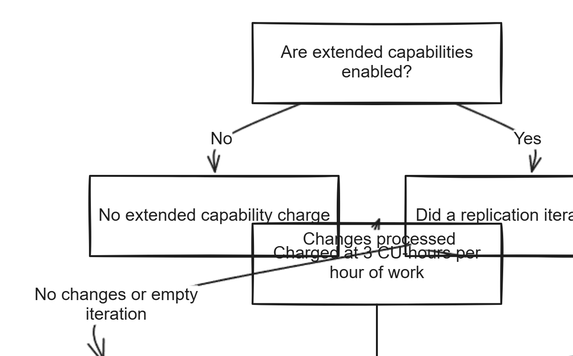
This is docs/assets/diagrams/chapter-09/diagram-03.excalidraw.png from MarkPryceMaherMSFT/Mirroring-Book, a Excalidraw export, as it was before one commit. Source tidied: one line per element, renumbered; positions are measured from the earlier drawing's top-left corner, leaving out a move shared by most shapes. Source of this version:
```json
{"id": 0, "type": "rectangle", "strokeColor": "#1e1e1e", "strokeWidth": 2, "roughness": 1, "x": 240, "y": 0, "width": 260, "height": 84}
{"id": 1, "type": "rectangle", "strokeColor": "#1e1e1e", "strokeWidth": 2, "roughness": 1, "x": 70, "y": 160, "width": 260, "height": 84}
{"id": 2, "type": "rectangle", "strokeColor": "#1e1e1e", "strokeWidth": 2, "roughness": 1, "x": 400, "y": 160, "width": 260, "height": 84}
{"id": 3, "type": "rectangle", "strokeColor": "#1e1e1e", "strokeWidth": 2, "roughness": 1, "x": 0, "y": 360, "width": 158, "height": 57}
{"id": 4, "type": "rectangle", "strokeColor": "#1e1e1e", "strokeWidth": 2, "roughness": 1, "x": 240, "y": 210, "width": 260, "height": 84}
{"id": 5, "type": "rectangle", "strokeColor": "#1e1e1e", "strokeWidth": 2, "roughness": 1, "x": 560, "y": 350, "width": 260, "height": 84}
{"id": 6, "type": "rectangle", "strokeColor": "#1e1e1e", "strokeWidth": 2, "roughness": 1, "x": 890, "y": 350, "width": 260, "height": 84}
{"id": 7, "type": "rectangle", "strokeColor": "#1e1e1e", "strokeWidth": 2, "roughness": 1, "x": 240, "y": 430, "width": 260, "height": 84}
{"id": 8, "type": "rectangle", "strokeColor": "#1e1e1e", "strokeWidth": 2, "roughness": 1, "x": 250, "y": 640, "width": 229, "height": 57}
{"id": 9, "type": "arrow", "strokeColor": "#1e1e1e", "strokeWidth": 2, "roughness": 0, "endArrowhead": "arrow", "round": true, "from": 0, "to": 1, "x": 289, "y": 84, "width": 89, "height": 71, "points": [[0, 0], [-82, 38], [-89, 71]]}
{"id": 10, "type": "arrow", "strokeColor": "#1e1e1e", "strokeWidth": 2, "roughness": 0, "endArrowhead": "arrow", "round": true, "from": 0, "to": 2, "x": 451, "y": 84, "width": 79, "height": 71, "points": [[0, 0], [77, 38], [79, 71]]}
{"id": 11, "type": "arrow", "strokeColor": "#1e1e1e", "strokeWidth": 2, "roughness": 0, "endArrowhead": "arrow", "round": true, "from": 2, "to": 3, "x": 400, "y": 232, "width": 321, "height": 123, "points": [[0, 0], [-302, 63], [-321, 123]]}
{"id": 12, "type": "arrow", "strokeColor": "#1e1e1e", "strokeWidth": 2, "roughness": 0, "endArrowhead": "arrow", "round": true, "from": 2, "to": 4, "x": 461, "y": 244, "width": 91, "height": 39, "points": [[0, 0], [-88, -18], [-91, -39]]}
{"id": 13, "type": "arrow", "strokeColor": "#1e1e1e", "strokeWidth": 2, "roughness": 0, "endArrowhead": "arrow", "round": true, "from": 2, "to": 5, "x": 599, "y": 244, "width": 91, "height": 101, "points": [[0, 0], [88, 52], [91, 101]]}
{"id": 14, "type": "arrow", "strokeColor": "#1e1e1e", "strokeWidth": 2, "roughness": 0, "endArrowhead": "arrow", "round": true, "from": 2, "to": 6, "x": 660, "y": 229, "width": 360, "height": 117, "points": [[0, 0], [348, 68], [360, 117]]}
{"id": 15, "type": "arrow", "strokeColor": "#1e1e1e", "strokeWidth": 2, "roughness": 0, "endArrowhead": "arrow", "round": true, "from": 4, "to": 7, "x": 370, "y": 294, "width": 0, "height": 131, "points": [[0, 0], [0, 68], [0, 131]]}
{"id": 16, "type": "arrow", "strokeColor": "#1e1e1e", "strokeWidth": 2, "roughness": 0, "endArrowhead": "arrow", "round": true, "from": 7, "to": 8, "x": 370, "y": 514, "width": 5, "height": 121, "points": [[0, 0], [-3, 62], [-5, 121]]}
{"id": 17, "type": "text", "text": "Are extended capabilities\nenabled?", "strokeColor": "#1e1e1e", "strokeWidth": 2, "roughness": 1, "fontSize": 18, "fontFamily": 2, "textAlign": "center", "verticalAlign": "middle", "inside": 0, "x": 269, "y": 21, "width": 201, "height": 41}
{"id": 18, "type": "text", "text": "No extended capability charge", "strokeColor": "#1e1e1e", "strokeWidth": 2, "roughness": 1, "fontSize": 18, "fontFamily": 2, "textAlign": "center", "verticalAlign": "middle", "inside": 1, "x": 79, "y": 192, "width": 242, "height": 21}
{"id": 19, "type": "text", "text": "Did a replication iteration run?", "strokeColor": "#1e1e1e", "strokeWidth": 2, "roughness": 1, "fontSize": 18, "fontFamily": 2, "textAlign": "center", "verticalAlign": "middle", "inside": 2, "x": 410, "y": 192, "width": 239, "height": 21}
{"id": 20, "type": "text", "text": "Not charged", "strokeColor": "#1e1e1e", "strokeWidth": 2, "roughness": 1, "fontSize": 18, "fontFamily": 2, "textAlign": "center", "verticalAlign": "middle", "inside": 3, "x": 30, "y": 378, "width": 98, "height": 21}
{"id": 21, "type": "text", "text": "Charged at 3 CU-hours per\nhour of work", "strokeColor": "#1e1e1e", "strokeWidth": 2, "roughness": 1, "fontSize": 18, "fontFamily": 2, "textAlign": "center", "verticalAlign": "middle", "inside": 4, "x": 261, "y": 231, "width": 217, "height": 41}
{"id": 22, "type": "text", "text": "Not charged for that iteration", "strokeColor": "#1e1e1e", "strokeWidth": 2, "roughness": 1, "fontSize": 18, "fontFamily": 2, "textAlign": "center", "verticalAlign": "middle", "inside": 5, "x": 576, "y": 382, "width": 228, "height": 21}
{"id": 23, "type": "text", "text": "Charged for that iteration", "strokeColor": "#1e1e1e", "strokeWidth": 2, "roughness": 1, "fontSize": 18, "fontFamily": 2, "textAlign": "center", "verticalAlign": "middle", "inside": 6, "x": 920, "y": 382, "width": 199, "height": 21}
{"id": 24, "type": "text", "text": "Was it CDF only, Views only, or\nboth?", "strokeColor": "#1e1e1e", "strokeWidth": 2, "roughness": 1, "fontSize": 18, "fontFamily": 2, "textAlign": "center", "verticalAlign": "middle", "inside": 7, "x": 246, "y": 451, "width": 248, "height": 41}
{"id": 25, "type": "text", "text": "Single unified charge", "strokeColor": "#1e1e1e", "strokeWidth": 2, "roughness": 1, "fontSize": 18, "fontFamily": 2, "textAlign": "center", "verticalAlign": "middle", "inside": 8, "x": 281, "y": 658, "width": 168, "height": 21}
{"id": 26, "type": "text", "text": "No", "strokeColor": "#1e1e1e", "strokeWidth": 2, "roughness": 1, "fontSize": 18, "fontFamily": 2, "textAlign": "center", "verticalAlign": "middle", "inside": 9, "x": 200, "y": 110, "width": 23, "height": 21}
{"id": 27, "type": "text", "text": "Yes", "strokeColor": "#1e1e1e", "strokeWidth": 2, "roughness": 1, "fontSize": 18, "fontFamily": 2, "textAlign": "center", "verticalAlign": "middle", "inside": 10, "x": 507, "y": 110, "width": 29, "height": 21}
{"id": 28, "type": "text", "text": "No changes or empty\niteration", "strokeColor": "#1e1e1e", "strokeWidth": 2, "roughness": 1, "fontSize": 18, "fontFamily": 2, "textAlign": "center", "verticalAlign": "middle", "inside": 11, "x": 22, "y": 274, "width": 171, "height": 41}
{"id": 29, "type": "text", "text": "Changes processed", "strokeColor": "#1e1e1e", "strokeWidth": 2, "roughness": 1, "fontSize": 18, "fontFamily": 2, "textAlign": "center", "verticalAlign": "middle", "inside": 12, "x": 287, "y": 285, "width": 160, "height": 21}
{"id": 30, "type": "text", "text": "System error occurred", "strokeColor": "#1e1e1e", "strokeWidth": 2, "roughness": 1, "fontSize": 18, "fontFamily": 2, "textAlign": "center", "verticalAlign": "middle", "inside": 13, "x": 588, "y": 285, "width": 178, "height": 21}
{"id": 31, "type": "text", "text": "User error occurred", "strokeColor": "#1e1e1e", "strokeWidth": 2, "roughness": 1, "fontSize": 18, "fontFamily": 2, "textAlign": "center", "verticalAlign": "middle", "inside": 14, "x": 909, "y": 285, "width": 156, "height": 21}
{"id": 32, "type": "text", "text": "Either or both", "strokeColor": "#1e1e1e", "strokeWidth": 2, "roughness": 1, "fontSize": 18, "fontFamily": 2, "textAlign": "center", "verticalAlign": "middle", "inside": 16, "x": 313, "y": 593, "width": 108, "height": 21}
```
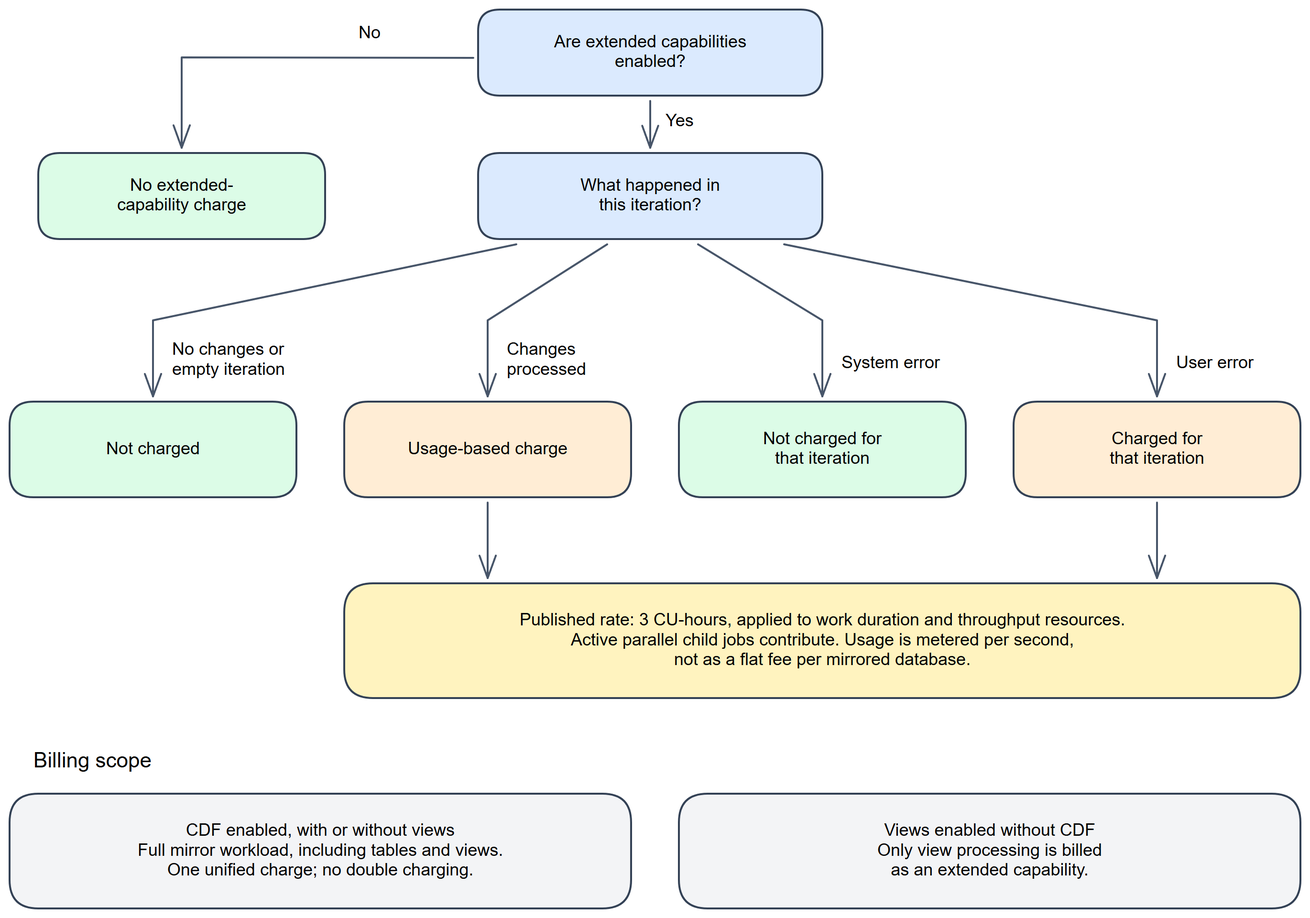
Above is the later version.

What changed in the source:
```diff
@@ -1,33 +1,35 @@
-{"id": 0, "type": "rectangle", "strokeColor": "#1e1e1e", "strokeWidth": 2, "roughness": 1, "x": 240, "y": 0, "width": 260, "height": 84}
-{"id": 1, "type": "rectangle", "strokeColor": "#1e1e1e", "strokeWidth": 2, "roughness": 1, "x": 70, "y": 160, "width": 260, "height": 84}
-{"id": 2, "type": "rectangle", "strokeColor": "#1e1e1e", "strokeWidth": 2, "roughness": 1, "x": 400, "y": 160, "width": 260, "height": 84}
-{"id": 3, "type": "rectangle", "strokeColor": "#1e1e1e", "strokeWidth": 2, "roughness": 1, "x": 0, "y": 360, "width": 158, "height": 57}
-{"id": 4, "type": "rectangle", "strokeColor": "#1e1e1e", "strokeWidth": 2, "roughness": 1, "x": 240, "y": 210, "width": 260, "height": 84}
-{"id": 5, "type": "rectangle", "strokeColor": "#1e1e1e", "strokeWidth": 2, "roughness": 1, "x": 560, "y": 350, "width": 260, "height": 84}
-{"id": 6, "type": "rectangle", "strokeColor": "#1e1e1e", "strokeWidth": 2, "roughness": 1, "x": 890, "y": 350, "width": 260, "height": 84}
-{"id": 7, "type": "rectangle", "strokeColor": "#1e1e1e", "strokeWidth": 2, "roughness": 1, "x": 240, "y": 430, "width": 260, "height": 84}
-{"id": 8, "type": "rectangle", "strokeColor": "#1e1e1e", "strokeWidth": 2, "roughness": 1, "x": 250, "y": 640, "width": 229, "height": 57}
-{"id": 9, "type": "arrow", "strokeColor": "#1e1e1e", "strokeWidth": 2, "roughness": 0, "endArrowhead": "arrow", "round": true, "from": 0, "to": 1, "x": 289, "y": 84, "width": 89, "height": 71, "points": [[0, 0], [-82, 38], [-89, 71]]}
-{"id": 10, "type": "arrow", "strokeColor": "#1e1e1e", "strokeWidth": 2, "roughness": 0, "endArrowhead": "arrow", "round": true, "from": 0, "to": 2, "x": 451, "y": 84, "width": 79, "height": 71, "points": [[0, 0], [77, 38], [79, 71]]}
-{"id": 11, "type": "arrow", "strokeColor": "#1e1e1e", "strokeWidth": 2, "roughness": 0, "endArrowhead": "arrow", "round": true, "from": 2, "to": 3, "x": 400, "y": 232, "width": 321, "height": 123, "points": [[0, 0], [-302, 63], [-321, 123]]}
-{"id": 12, "type": "arrow", "strokeColor": "#1e1e1e", "strokeWidth": 2, "roughness": 0, "endArrowhead": "arrow", "round": true, "from": 2, "to": 4, "x": 461, "y": 244, "width": 91, "height": 39, "points": [[0, 0], [-88, -18], [-91, -39]]}
-{"id": 13, "type": "arrow", "strokeColor": "#1e1e1e", "strokeWidth": 2, "roughness": 0, "endArrowhead": "arrow", "round": true, "from": 2, "to": 5, "x": 599, "y": 244, "width": 91, "height": 101, "points": [[0, 0], [88, 52], [91, 101]]}
-{"id": 14, "type": "arrow", "strokeColor": "#1e1e1e", "strokeWidth": 2, "roughness": 0, "endArrowhead": "arrow", "round": true, "from": 2, "to": 6, "x": 660, "y": 229, "width": 360, "height": 117, "points": [[0, 0], [348, 68], [360, 117]]}
-{"id": 15, "type": "arrow", "strokeColor": "#1e1e1e", "strokeWidth": 2, "roughness": 0, "endArrowhead": "arrow", "round": true, "from": 4, "to": 7, "x": 370, "y": 294, "width": 0, "height": 131, "points": [[0, 0], [0, 68], [0, 131]]}
-{"id": 16, "type": "arrow", "strokeColor": "#1e1e1e", "strokeWidth": 2, "roughness": 0, "endArrowhead": "arrow", "round": true, "from": 7, "to": 8, "x": 370, "y": 514, "width": 5, "height": 121, "points": [[0, 0], [-3, 62], [-5, 121]]}
+{"id": 33, "type": "rectangle", "strokeColor": "#334155", "backgroundColor": "#dbeafe", "fillStyle": "solid", "strokeWidth": 2, "roughness": 0, "round": true, "x": 490, "y": 10, "width": 360, "height": 90}
+{"id": 34, "type": "rectangle", "strokeColor": "#334155", "backgroundColor": "#dcfce7", "fillStyle": "solid", "strokeWidth": 2, "roughness": 0, "round": true, "x": 30, "y": 160, "width": 300, "height": 90}
+{"id": 35, "type": "rectangle", "strokeColor": "#334155", "backgroundColor": "#dbeafe", "fillStyle": "solid", "strokeWidth": 2, "roughness": 0, "round": true, "x": 490, "y": 160, "width": 360, "height": 90}
+{"id": 36, "type": "arrow", "strokeColor": "#475569", "strokeWidth": 2, "roughness": 0, "endArrowhead": "arrow", "x": 485, "y": 60, "width": 305, "height": 95, "points": [[0, 0], [-305, 0], [-305, 94]]}
+{"id": 26, "type": "text", "text": "No", "strokeColor": "#000000", "strokeWidth": 2, "roughness": 1, "fontSize": 18, "fontFamily": 2, "x": 365, "y": 25, "width": 23, "height": 21}
+{"id": 37, "type": "arrow", "strokeColor": "#475569", "strokeWidth": 2, "roughness": 0, "endArrowhead": "arrow", "x": 670, "y": 105, "width": 0, "height": 50, "points": [[0, 0], [0, 50]]}
+{"id": 27, "type": "text", "text": "Yes", "strokeColor": "#000000", "strokeWidth": 2, "roughness": 1, "fontSize": 18, "fontFamily": 2, "x": 686, "y": 117, "width": 29, "height": 21}
+{"id": 38, "type": "rectangle", "strokeColor": "#334155", "backgroundColor": "#dcfce7", "fillStyle": "solid", "strokeWidth": 2, "roughness": 0, "round": true, "x": 0, "y": 420, "width": 300, "height": 100}
+{"id": 39, "type": "rectangle", "strokeColor": "#334155", "backgroundColor": "#ffedd5", "fillStyle": "solid", "strokeWidth": 2, "roughness": 0, "round": true, "x": 350, "y": 420, "width": 300, "height": 100}
+{"id": 40, "type": "rectangle", "strokeColor": "#334155", "backgroundColor": "#dcfce7", "fillStyle": "solid", "strokeWidth": 2, "roughness": 0, "round": true, "x": 700, "y": 420, "width": 300, "height": 100}
+{"id": 41, "type": "rectangle", "strokeColor": "#334155", "backgroundColor": "#ffedd5", "fillStyle": "solid", "strokeWidth": 2, "roughness": 0, "round": true, "x": 1050, "y": 420, "width": 300, "height": 100}
+{"id": 42, "type": "arrow", "strokeColor": "#475569", "strokeWidth": 2, "roughness": 0, "endArrowhead": "arrow", "x": 530, "y": 255, "width": 380, "height": 160, "points": [[0, 0], [-380, 80], [-380, 160]]}
+{"id": 43, "type": "arrow", "strokeColor": "#475569", "strokeWidth": 2, "roughness": 0, "endArrowhead": "arrow", "x": 625, "y": 255, "width": 125, "height": 160, "points": [[0, 0], [-125, 80], [-125, 160]]}
+{"id": 44, "type": "arrow", "strokeColor": "#475569", "strokeWidth": 2, "roughness": 0, "endArrowhead": "arrow", "x": 720, "y": 255, "width": 130, "height": 160, "points": [[0, 0], [130, 80], [130, 160]]}
+{"id": 45, "type": "arrow", "strokeColor": "#475569", "strokeWidth": 2, "roughness": 0, "endArrowhead": "arrow", "x": 810, "y": 255, "width": 390, "height": 160, "points": [[0, 0], [390, 80], [390, 160]]}
+{"id": 28, "type": "text", "text": "No changes or\nempty iteration", "strokeColor": "#000000", "strokeWidth": 2, "roughness": 1, "fontSize": 18, "fontFamily": 2, "x": 170, "y": 356, "width": 118, "height": 41}
+{"id": 29, "type": "text", "text": "Changes\nprocessed", "strokeColor": "#000000", "strokeWidth": 2, "roughness": 1, "fontSize": 18, "fontFamily": 2, "x": 520, "y": 356, "width": 83, "height": 41}
+{"id": 46, "type": "text", "text": "System error", "strokeColor": "#000000", "strokeWidth": 2, "roughness": 1, "fontSize": 18, "fontFamily": 2, "x": 870, "y": 370, "width": 103, "height": 21}
+{"id": 47, "type": "text", "text": "User error", "strokeColor": "#000000", "strokeWidth": 2, "roughness": 1, "fontSize": 18, "fontFamily": 2, "x": 1220, "y": 370, "width": 81, "height": 21}
+{"id": 48, "type": "rectangle", "strokeColor": "#334155", "backgroundColor": "#fff3bf", "fillStyle": "solid", "strokeWidth": 2, "roughness": 0, "round": true, "x": 350, "y": 610, "width": 1000, "height": 120}
+{"id": 49, "type": "arrow", "strokeColor": "#475569", "strokeWidth": 2, "roughness": 0, "endArrowhead": "arrow", "x": 500, "y": 525, "width": 0, "height": 80, "points": [[0, 0], [0, 80]]}
+{"id": 50, "type": "arrow", "strokeColor": "#475569", "strokeWidth": 2, "roughness": 0, "endArrowhead": "arrow", "x": 1200, "y": 525, "width": 0, "height": 80, "points": [[0, 0], [0, 80]]}
+{"id": 51, "type": "text", "text": "Billing scope", "strokeColor": "#000000", "strokeWidth": 2, "roughness": 1, "fontSize": 22, "fontFamily": 2, "x": 25, "y": 784, "width": 124, "height": 25}
+{"id": 52, "type": "rectangle", "strokeColor": "#334155", "backgroundColor": "#f3f4f6", "fillStyle": "solid", "strokeWidth": 2, "roughness": 0, "round": true, "x": 0, "y": 830, "width": 650, "height": 120}
+{"id": 53, "type": "rectangle", "strokeColor": "#334155", "backgroundColor": "#f3f4f6", "fillStyle": "solid", "strokeWidth": 2, "roughness": 0, "round": true, "x": 700, "y": 830, "width": 650, "height": 120}
-{"id": 17, "type": "text", "text": "Are extended capabilities\nenabled?", "strokeColor": "#1e1e1e", "strokeWidth": 2, "roughness": 1, "fontSize": 18, "fontFamily": 2, "textAlign": "center", "verticalAlign": "middle", "inside": 0, "x": 269, "y": 21, "width": 201, "height": 41}
+{"id": 17, "type": "text", "text": "Are extended capabilities\nenabled?", "strokeColor": "#000000", "strokeWidth": 2, "roughness": 1, "fontSize": 18, "fontFamily": 2, "textAlign": "center", "verticalAlign": "middle", "inside": 33, "x": 569, "y": 34, "width": 201, "height": 41}
-{"id": 18, "type": "text", "text": "No extended capability charge", "strokeColor": "#1e1e1e", "strokeWidth": 2, "roughness": 1, "fontSize": 18, "fontFamily": 2, "textAlign": "center", "verticalAlign": "middle", "inside": 1, "x": 79, "y": 192, "width": 242, "height": 21}
-{"id": 19, "type": "text", "text": "Did a replication iteration run?", "strokeColor": "#1e1e1e", "strokeWidth": 2, "roughness": 1, "fontSize": 18, "fontFamily": 2, "textAlign": "center", "verticalAlign": "middle", "inside": 2, "x": 410, "y": 192, "width": 239, "height": 21}
+{"id": 54, "type": "text", "text": "No extended-\ncapability charge", "strokeColor": "#000000", "strokeWidth": 2, "roughness": 1, "fontSize": 18, "fontFamily": 2, "textAlign": "center", "verticalAlign": "middle", "inside": 34, "x": 112, "y": 184, "width": 135, "height": 41}
+{"id": 55, "type": "text", "text": "What happened in\nthis iteration?", "strokeColor": "#000000", "strokeWidth": 2, "roughness": 1, "fontSize": 18, "fontFamily": 2, "textAlign": "center", "verticalAlign": "middle", "inside": 35, "x": 597, "y": 184, "width": 146, "height": 41}
-{"id": 20, "type": "text", "text": "Not charged", "strokeColor": "#1e1e1e", "strokeWidth": 2, "roughness": 1, "fontSize": 18, "fontFamily": 2, "textAlign": "center", "verticalAlign": "middle", "inside": 3, "x": 30, "y": 378, "width": 98, "height": 21}
+{"id": 20, "type": "text", "text": "Not charged", "strokeColor": "#000000", "strokeWidth": 2, "roughness": 1, "fontSize": 18, "fontFamily": 2, "textAlign": "center", "verticalAlign": "middle", "inside": 38, "x": 101, "y": 460, "width": 98, "height": 21}
-{"id": 21, "type": "text", "text": "Charged at 3 CU-hours per\nhour of work", "strokeColor": "#1e1e1e", "strokeWidth": 2, "roughness": 1, "fontSize": 18, "fontFamily": 2, "textAlign": "center", "verticalAlign": "middle", "inside": 4, "x": 261, "y": 231, "width": 217, "height": 41}
+{"id": 56, "type": "text", "text": "Usage-based charge", "strokeColor": "#000000", "strokeWidth": 2, "roughness": 1, "fontSize": 18, "fontFamily": 2, "textAlign": "center", "verticalAlign": "middle", "inside": 39, "x": 416, "y": 460, "width": 167, "height": 21}
-{"id": 22, "type": "text", "text": "Not charged for that iteration", "strokeColor": "#1e1e1e", "strokeWidth": 2, "roughness": 1, "fontSize": 18, "fontFamily": 2, "textAlign": "center", "verticalAlign": "middle", "inside": 5, "x": 576, "y": 382, "width": 228, "height": 21}
+{"id": 22, "type": "text", "text": "Not charged for\nthat iteration", "strokeColor": "#000000", "strokeWidth": 2, "roughness": 1, "fontSize": 18, "fontFamily": 2, "textAlign": "center", "verticalAlign": "middle", "inside": 40, "x": 788, "y": 449, "width": 124, "height": 41}
-{"id": 23, "type": "text", "text": "Charged for that iteration", "strokeColor": "#1e1e1e", "strokeWidth": 2, "roughness": 1, "fontSize": 18, "fontFamily": 2, "textAlign": "center", "verticalAlign": "middle", "inside": 6, "x": 920, "y": 382, "width": 199, "height": 21}
+{"id": 23, "type": "text", "text": "Charged for\nthat iteration", "strokeColor": "#000000", "strokeWidth": 2, "roughness": 1, "fontSize": 18, "fontFamily": 2, "textAlign": "center", "verticalAlign": "middle", "inside": 41, "x": 1150, "y": 449, "width": 99, "height": 41}
-{"id": 24, "type": "text", "text": "Was it CDF only, Views only, or\nboth?", "strokeColor": "#1e1e1e", "strokeWidth": 2, "roughness": 1, "fontSize": 18, "fontFamily": 2, "textAlign": "center", "verticalAlign": "middle", "inside": 7, "x": 246, "y": 451, "width": 248, "height": 41}
-{"id": 25, "type": "text", "text": "Single unified charge", "strokeColor": "#1e1e1e", "strokeWidth": 2, "roughness": 1, "fontSize": 18, "fontFamily": 2, "textAlign": "center", "verticalAlign": "middle", "inside": 8, "x": 281, "y": 658, "width": 168, "height": 21}
-{"id": 26, "type": "text", "text": "No", "strokeColor": "#1e1e1e", "strokeWidth": 2, "roughness": 1, "fontSize": 18, "fontFamily": 2, "textAlign": "center", "verticalAlign": "middle", "inside": 9, "x": 200, "y": 110, "width": 23, "height": 21}
-{"id": 27, "type": "text", "text": "Yes", "strokeColor": "#1e1e1e", "strokeWidth": 2, "roughness": 1, "fontSize": 18, "fontFamily": 2, "textAlign": "center", "verticalAlign": "middle", "inside": 10, "x": 507, "y": 110, "width": 29, "height": 21}
-{"id": 28, "type": "text", "text": "No changes or empty\niteration", "strokeColor": "#1e1e1e", "strokeWidth": 2, "roughness": 1, "fontSize": 18, "fontFamily": 2, "textAlign": "center", "verticalAlign": "middle", "inside": 11, "x": 22, "y": 274, "width": 171, "height": 41}
-{"id": 29, "type": "text", "text": "Changes processed", "strokeColor": "#1e1e1e", "strokeWidth": 2, "roughness": 1, "fontSize": 18, "fontFamily": 2, "textAlign": "center", "verticalAlign": "middle", "inside": 12, "x": 287, "y": 285, "width": 160, "height": 21}
-{"id": 30, "type": "text", "text": "System error occurred", "strokeColor": "#1e1e1e", "strokeWidth": 2, "roughness": 1, "fontSize": 18, "fontFamily": 2, "textAlign": "center", "verticalAlign": "middle", "inside": 13, "x": 588, "y": 285, "width": 178, "height": 21}
-{"id": 31, "type": "text", "text": "User error occurred", "strokeColor": "#1e1e1e", "strokeWidth": 2, "roughness": 1, "fontSize": 18, "fontFamily": 2, "textAlign": "center", "verticalAlign": "middle", "inside": 14, "x": 909, "y": 285, "width": 156, "height": 21}
-{"id": 32, "type": "text", "text": "Either or both", "strokeColor": "#1e1e1e", "strokeWidth": 2, "roughness": 1, "fontSize": 18, "fontFamily": 2, "textAlign": "center", "verticalAlign": "middle", "inside": 16, "x": 313, "y": 593, "width": 108, "height": 21}
+{"id": 57, "type": "text", "text": "Published rate: 3 CU-hours, applied to work duration and throughput resources.\nActive parallel child jobs contribute. Usage is metered per second,\nnot as a flat fee per mirrored database.", "strokeColor": "#000000", "strokeWidth": 2, "roughness": 1, "fontSize": 18, "fontFamily": 2, "textAlign": "center", "verticalAlign": "middle", "inside": 48, "x": 533, "y": 639, "width": 633, "height": 62}
+{"id": 58, "type": "text", "text": "CDF enabled, with or without views\nFull mirror workload, including tables and views.\nOne unified charge; no double charging.", "strokeColor": "#000000", "strokeWidth": 2, "roughness": 1, "fontSize": 18, "fontFamily": 2, "textAlign": "center", "verticalAlign": "middle", "inside": 52, "x": 134, "y": 859, "width": 382, "height": 62}
+{"id": 59, "type": "text", "text": "Views enabled without CDF\nOnly view processing is billed\nas an extended capability.", "strokeColor": "#000000", "strokeWidth": 2, "roughness": 1, "fontSize": 18, "fontFamily": 2, "textAlign": "center", "verticalAlign": "middle", "inside": 53, "x": 907, "y": 859, "width": 235, "height": 62}
```
